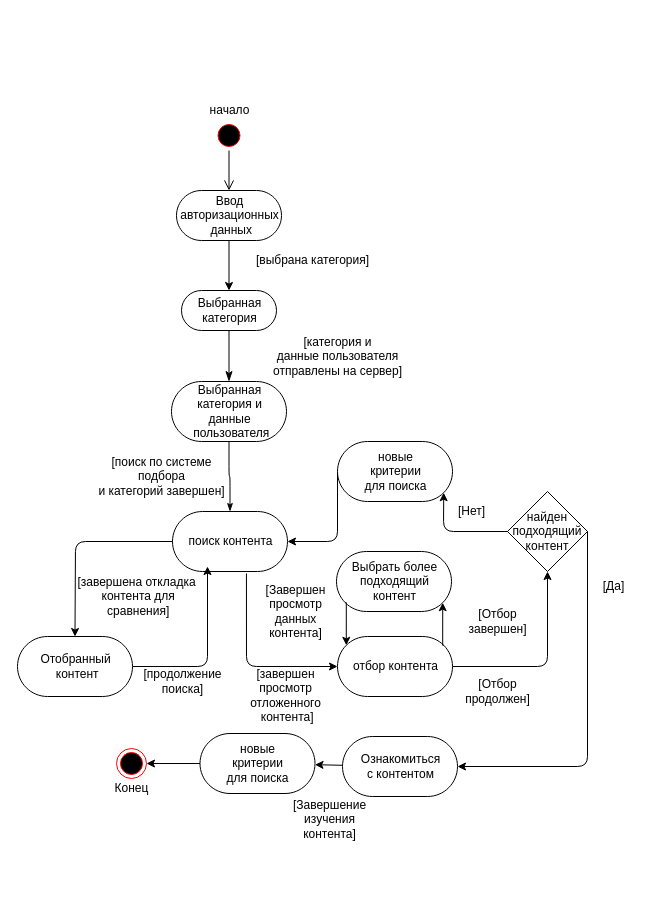
The draw.io diagram Диаграмма состояний.drawio in EgorKrs/Asmodeus_app, before the edit. Source tidied: cells renumbered, new cells numbered last; positions are measured from the earlier drawing's top-left corner, leaving out a move shared by most shapes. Both pictures are drawn from the tidied source at 100%, with x=0, y=0 at pixel (17, 100).
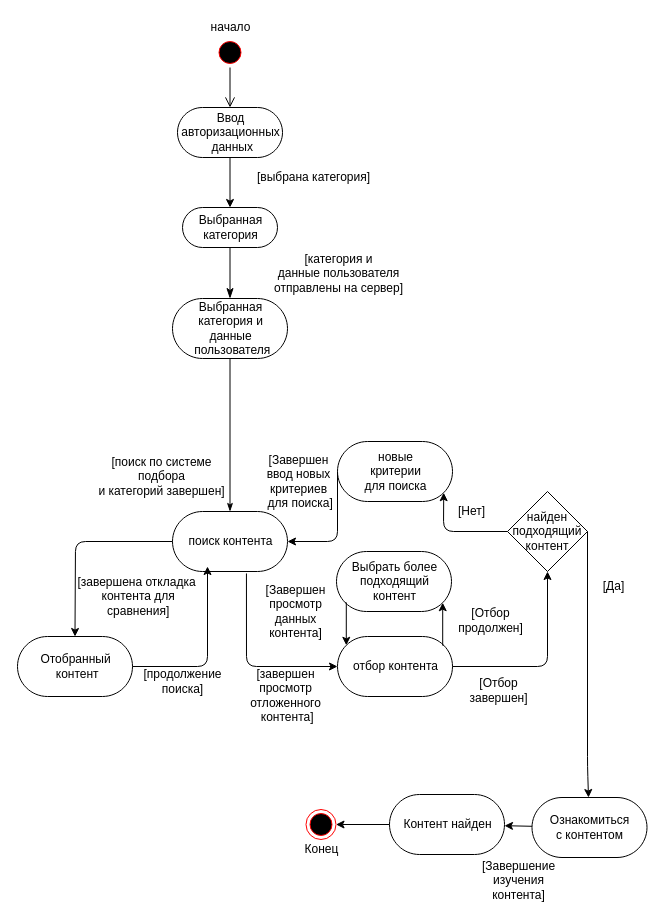
Above is the later version.

The edit, as a diff of the source:
```diff
@@
     <mxCell id="2" style="ellipse;html=1;shape=startState;fillColor=#000000;strokeColor=#ff0000;align=center;" parent="1" vertex="1">
-      <mxGeometry x="196.5" y="20" width="30" height="30" as="geometry" />
+      <mxGeometry x="197.5" y="-63" width="30" height="30" as="geometry" />
     </mxCell>
@@
     <mxCell id="4" value="начало" style="text;html=1;align=center;verticalAlign=middle;strokeColor=none;" parent="1" vertex="1">
-      <mxGeometry x="181.5" width="60" height="20" as="geometry" />
+      <mxGeometry x="182.5" y="-83" width="60" height="20" as="geometry" />
     </mxCell>
     <mxCell id="5" value="Выбранная &lt;br&gt;категория" style="html=1;dashed=0;whitespace=wrap;shape=mxgraph.dfd.start;fillColor=#ffffff;align=center;" parent="1" vertex="1">
-      <mxGeometry x="164" y="190" width="95" height="40" as="geometry" />
+      <mxGeometry x="165" y="107" width="95" height="40" as="geometry" />
     </mxCell>
     <mxCell id="6" value="[выбрана категория]" style="text;html=1;align=center;verticalAlign=middle;strokeColor=none;" parent="1" vertex="1">
-      <mxGeometry x="233" y="151" width="123" height="18" as="geometry" />
+      <mxGeometry x="234" y="68" width="123" height="18" as="geometry" />
     </mxCell>
     <mxCell id="7" value="Выбранная &lt;br&gt;категория и &lt;br&gt;данные&lt;br&gt;&amp;nbsp;пользователя" style="html=1;dashed=0;whitespace=wrap;shape=mxgraph.dfd.start;fillColor=#ffffff;align=center;" parent="1" vertex="1">
-      <mxGeometry x="154" y="281" width="115" height="60" as="geometry" />
+      <mxGeometry x="155" y="198" width="115" height="60" as="geometry" />
     </mxCell>
@@
     <mxCell id="9" value="[категория и &lt;br&gt;данные пользователя &lt;br&gt;отправлены на сервер]" style="text;html=1;align=center;verticalAlign=middle;strokeColor=none;" parent="1" vertex="1">
-      <mxGeometry x="250" y="233" width="139" height="46" as="geometry" />
+      <mxGeometry x="251" y="150" width="139" height="46" as="geometry" />
     </mxCell>
@@
     <mxCell id="11" value="Ввод &lt;br&gt;авторизационных&lt;br&gt;&amp;nbsp;данных" style="html=1;dashed=0;whitespace=wrap;shape=mxgraph.dfd.start;fillColor=#ffffff;align=center;" parent="1" vertex="1">
-      <mxGeometry x="159" y="90" width="105" height="50" as="geometry" />
+      <mxGeometry x="160" y="7" width="105" height="50" as="geometry" />
     </mxCell>
@@
     <mxCell id="26" value="[Отбор&lt;br&gt;продолжен]" style="text;html=1;align=center;verticalAlign=middle;strokeColor=none;" parent="1" vertex="1">
-      <mxGeometry x="442" y="575" width="75" height="32" as="geometry" />
+      <mxGeometry x="435" y="504" width="75" height="32" as="geometry" />
     </mxCell>
@@
     <mxCell id="29" value="[Отбор &lt;br&gt;завершен]" style="text;html=1;align=center;verticalAlign=middle;strokeColor=none;" parent="1" vertex="1">
-      <mxGeometry x="446" y="505" width="68" height="32" as="geometry" />
+      <mxGeometry x="446.5" y="574" width="68" height="32" as="geometry" />
     </mxCell>
@@
     <mxCell id="34" value="Ознакомиться &lt;br&gt;с контентом" style="html=1;dashed=0;whitespace=wrap;shape=mxgraph.dfd.start;fillColor=#ffffff;align=center;" parent="1" vertex="1">
-      <mxGeometry x="325" y="636" width="115" height="60" as="geometry" />
+      <mxGeometry x="514.5" y="697" width="115" height="60" as="geometry" />
     </mxCell>
@@
-    <mxCell id="37" value="новые &lt;br&gt;критерии &lt;br&gt;для поиска" style="html=1;dashed=0;whitespace=wrap;shape=mxgraph.dfd.start;fillColor=#ffffff;align=center;" parent="1" vertex="1">
-      <mxGeometry x="182.5" y="633" width="115" height="60" as="geometry" />
+    <mxCell id="37" value="Контент найден" style="html=1;dashed=0;whitespace=wrap;shape=mxgraph.dfd.start;fillColor=#ffffff;align=center;" parent="1" vertex="1">
+      <mxGeometry x="372" y="694" width="115" height="60" as="geometry" />
     </mxCell>
@@
     <mxCell id="39" value="[Завершение &lt;br&gt;изучения&lt;br&gt;контента]" style="text;html=1;align=center;verticalAlign=middle;strokeColor=none;" parent="1" vertex="1">
-      <mxGeometry x="270" y="696" width="83" height="46" as="geometry" />
+      <mxGeometry x="459.5" y="757" width="83" height="46" as="geometry" />
     </mxCell>
     <mxCell id="40" style="ellipse;html=1;shape=endState;fillColor=#000000;strokeColor=#ff0000;align=center;" parent="1" vertex="1">
-      <mxGeometry x="99" y="648" width="30" height="30" as="geometry" />
+      <mxGeometry x="288.5" y="709" width="30" height="30" as="geometry" />
     </mxCell>
     <mxCell id="41" value="Конец" style="text;html=1;align=center;verticalAlign=middle;strokeColor=none;" parent="1" vertex="1">
-      <mxGeometry x="89" y="678" width="50" height="20" as="geometry" />
+      <mxGeometry x="278.5" y="739" width="50" height="20" as="geometry" />
     </mxCell>
@@
+    <mxCell id="44" value="[Завершен &lt;br&gt;ввод новых &lt;br&gt;критериев&lt;br&gt;&amp;nbsp;для поиска]" style="text;html=1;align=center;verticalAlign=middle;strokeColor=none;" parent="1" vertex="1">
+      <mxGeometry x="241" y="351" width="79" height="60" as="geometry" />
+    </mxCell>
```
